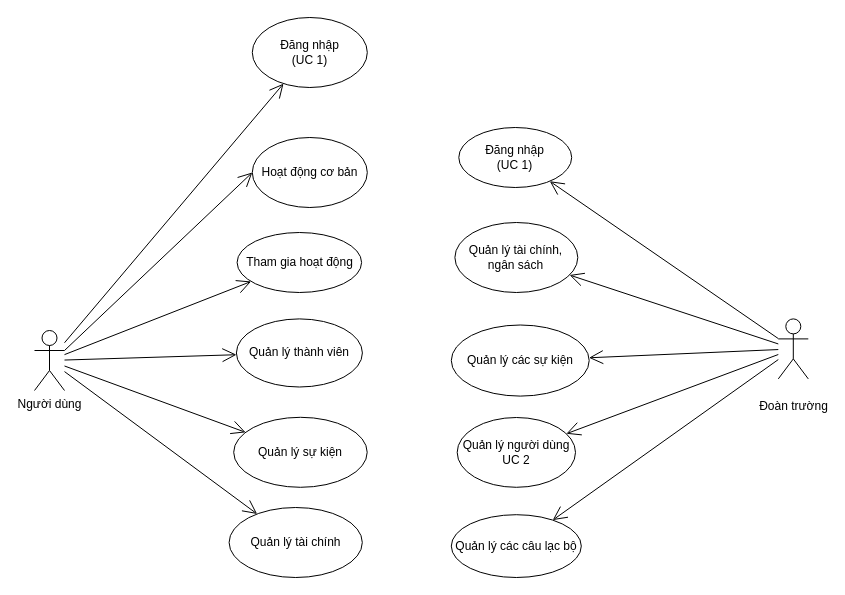
Earlier version of the draw.io diagram page "usecase" (15 of 18) of Diagram.drawio (DnhTrn/finall_project). Source tidied: cells renumbered, new cells numbered last; positions are measured from the earlier drawing's top-left corner, leaving out a move shared by most shapes. Both pictures are drawn from the tidied source at 100%, with x=0, y=0 at pixel (34, 17).
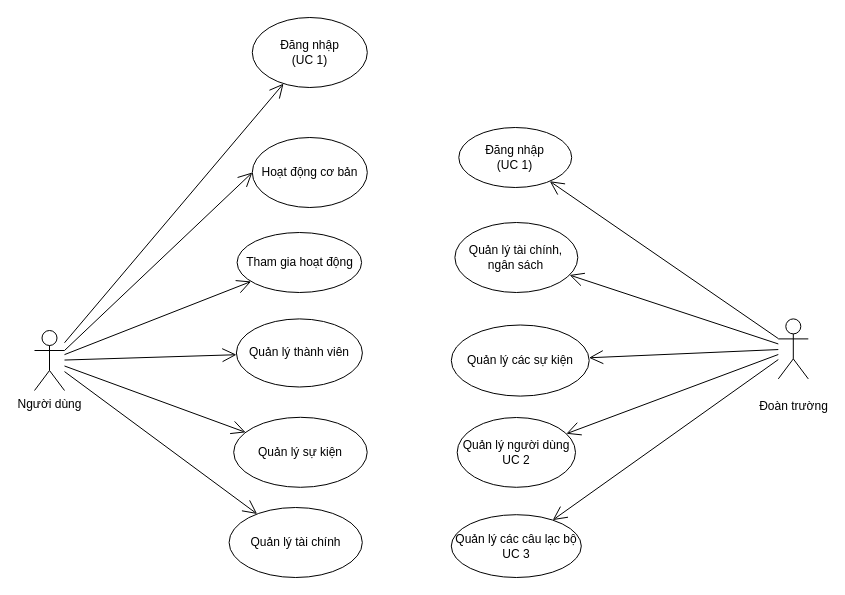
After the change.

The edit, as a diff of the source:
```diff
@@
-    <mxCell id="5" value="Quản lý các câu lạc bộ" style="ellipse;whiteSpace=wrap;html=1;" parent="1" vertex="1">
+    <mxCell id="5" value="Quản lý các câu lạc bộ&lt;div&gt;UC 3&lt;/div&gt;" style="ellipse;whiteSpace=wrap;html=1;" parent="1" vertex="1">
       <mxGeometry x="416.8" y="497.2" width="130" height="62.8" as="geometry" />
     </mxCell>
```
